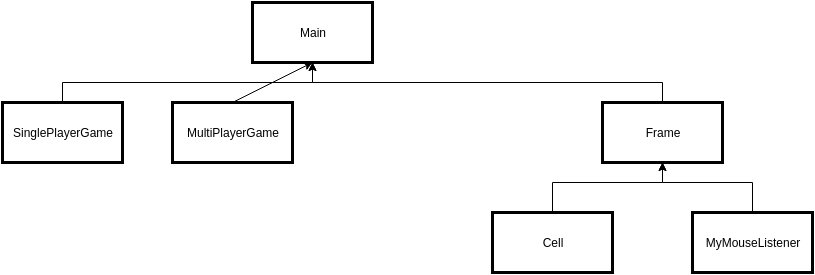
This is Dokumentaatio/luokkakaavio.png from aLahdekorpi/ExtremeTTT, a draw.io export, as it was before one commit. Source tidied: cells renumbered, new cells last; positions are measured from the earlier drawing's top-left corner, leaving out a move shared by most shapes. Its diagram source:
```xml
<mxGraphModel background="#ffffff">
  <root>
    <mxCell id="0" style="html=1;" />
    <mxCell id="1" style="html=1;" parent="0" />
    <mxCell id="2" value="Main" style="whiteSpace=wrap;strokeWidth=3;html=1;" parent="1" vertex="1">
      <mxGeometry x="250" width="120" height="60" as="geometry" />
    </mxCell>
    <mxCell id="3" value="SinglePlayerGame" style="whiteSpace=wrap;strokeWidth=3;html=1;" parent="1" vertex="1">
      <mxGeometry y="100" width="120" height="60" as="geometry" />
    </mxCell>
    <mxCell id="4" value="Frame" style="whiteSpace=wrap;strokeWidth=3;html=1;" parent="1" vertex="1">
      <mxGeometry x="600" y="100" width="120" height="60" as="geometry" />
    </mxCell>
    <mxCell id="5" style="edgeStyle=none;rounded=0;html=1;exitX=0.5;exitY=0;entryX=0.5;entryY=1;jettySize=auto;" parent="1" edge="1" source="6" target="2">
      <mxGeometry relative="1" as="geometry" />
    </mxCell>
    <mxCell id="6" value="MultiPlayerGame" style="whiteSpace=wrap;strokeWidth=3;html=1;" parent="1" vertex="1">
      <mxGeometry x="170" y="100" width="120" height="60" as="geometry" />
    </mxCell>
    <mxCell id="7" value="Cell" style="whiteSpace=wrap;strokeWidth=3;html=1;" parent="1" vertex="1">
      <mxGeometry x="490" y="210" width="120" height="60" as="geometry" />
    </mxCell>
    <mxCell id="8" value="MyMouseListener" style="whiteSpace=wrap;strokeWidth=3;html=1;" parent="1" vertex="1">
      <mxGeometry x="690" y="210" width="120" height="60" as="geometry" />
    </mxCell>
    <mxCell id="9" style="edgeStyle=elbowEdgeStyle;elbow=vertical;rounded=0;html=1;" parent="1" edge="1" source="3" target="2">
      <mxGeometry relative="1" as="geometry" />
    </mxCell>
    <mxCell id="10" style="edgeStyle=elbowEdgeStyle;elbow=vertical;rounded=0;html=1;" parent="1" edge="1" source="4" target="2">
      <mxGeometry relative="1" as="geometry" />
    </mxCell>
    <mxCell id="11" style="edgeStyle=elbowEdgeStyle;elbow=vertical;rounded=0;html=1;" parent="1" edge="1" source="7" target="4">
      <mxGeometry relative="1" as="geometry">
        <Array as="points">
          <mxPoint x="550" y="180" />
        </Array>
      </mxGeometry>
    </mxCell>
    <mxCell id="12" style="edgeStyle=elbowEdgeStyle;elbow=vertical;entryX=0.5;entryY=1;exitX=0.5;exitY=0;rounded=0;html=1;" parent="1" edge="1" source="8" target="4">
      <mxGeometry relative="1" as="geometry">
        <Array as="points">
          <mxPoint x="620" y="180" />
        </Array>
      </mxGeometry>
    </mxCell>
  </root>
</mxGraphModel>
```
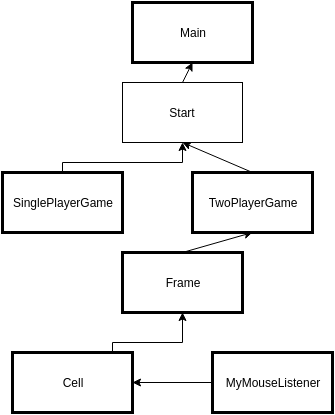
The same file after the commit.

The edit, as a diff of the source:
```diff
@@ -3,45 +3,52 @@
     <mxCell id="0" style="html=1;" />
     <mxCell id="1" style="html=1;" parent="0" />
     <mxCell id="2" value="Main" style="whiteSpace=wrap;strokeWidth=3;html=1;" parent="1" vertex="1">
-      <mxGeometry x="250" width="120" height="60" as="geometry" />
+      <mxGeometry x="300" y="-20" width="120" height="60" as="geometry" />
     </mxCell>
     <mxCell id="3" value="SinglePlayerGame" style="whiteSpace=wrap;strokeWidth=3;html=1;" parent="1" vertex="1">
-      <mxGeometry y="100" width="120" height="60" as="geometry" />
+      <mxGeometry x="170" y="150" width="120" height="60" as="geometry" />
     </mxCell>
+    <mxCell id="13" style="edgeStyle=none;rounded=0;html=1;exitX=0.5;exitY=0;entryX=0.5;entryY=1;jettySize=auto;" parent="1" edge="1" source="4" target="6">
+      <mxGeometry relative="1" as="geometry" />
+    </mxCell>
     <mxCell id="4" value="Frame" style="whiteSpace=wrap;strokeWidth=3;html=1;" parent="1" vertex="1">
-      <mxGeometry x="600" y="100" width="120" height="60" as="geometry" />
+      <mxGeometry x="290" y="230" width="120" height="60" as="geometry" />
     </mxCell>
-    <mxCell id="5" style="edgeStyle=none;rounded=0;html=1;exitX=0.5;exitY=0;entryX=0.5;entryY=1;jettySize=auto;" parent="1" edge="1" source="6" target="2">
+    <mxCell id="5" style="edgeStyle=none;rounded=0;html=1;exitX=0.5;exitY=0;entryX=0.5;entryY=1;jettySize=auto;" parent="1" edge="1" source="6" target="16">
       <mxGeometry relative="1" as="geometry" />
     </mxCell>
-    <mxCell id="6" value="MultiPlayerGame" style="whiteSpace=wrap;strokeWidth=3;html=1;" parent="1" vertex="1">
-      <mxGeometry x="170" y="100" width="120" height="60" as="geometry" />
+    <mxCell id="6" value="TwoPlayerGame" style="whiteSpace=wrap;strokeWidth=3;html=1;" parent="1" vertex="1">
+      <mxGeometry x="360" y="150" width="120" height="60" as="geometry" />
     </mxCell>
     <mxCell id="7" value="Cell" style="whiteSpace=wrap;strokeWidth=3;html=1;" parent="1" vertex="1">
-      <mxGeometry x="490" y="210" width="120" height="60" as="geometry" />
+      <mxGeometry x="180" y="330" width="120" height="60" as="geometry" />
     </mxCell>
+    <mxCell id="14" style="edgeStyle=none;rounded=0;html=1;exitX=0;exitY=0.5;entryX=1;entryY=0.5;jettySize=auto;" parent="1" edge="1" source="8" target="7">
+      <mxGeometry relative="1" as="geometry" />
+    </mxCell>
     <mxCell id="8" value="MyMouseListener" style="whiteSpace=wrap;strokeWidth=3;html=1;" parent="1" vertex="1">
-      <mxGeometry x="690" y="210" width="120" height="60" as="geometry" />
+      <mxGeometry x="380" y="330" width="120" height="60" as="geometry" />
     </mxCell>
-    <mxCell id="9" style="edgeStyle=elbowEdgeStyle;elbow=vertical;rounded=0;html=1;" parent="1" edge="1" source="3" target="2">
-      <mxGeometry relative="1" as="geometry" />
+    <mxCell id="9" style="edgeStyle=elbowEdgeStyle;elbow=vertical;rounded=0;html=1;entryX=0.5;entryY=1;" parent="1" edge="1" source="3" target="16">
+      <mxGeometry relative="1" as="geometry">
+        <Array as="points">
+          <mxPoint x="330" y="140" />
+          <mxPoint x="280" y="80" />
+        </Array>
+      </mxGeometry>
     </mxCell>
-    <mxCell id="10" style="edgeStyle=elbowEdgeStyle;elbow=vertical;rounded=0;html=1;" parent="1" edge="1" source="4" target="2">
-      <mxGeometry relative="1" as="geometry" />
-    </mxCell>
     <mxCell id="11" style="edgeStyle=elbowEdgeStyle;elbow=vertical;rounded=0;html=1;" parent="1" edge="1" source="7" target="4">
       <mxGeometry relative="1" as="geometry">
         <Array as="points">
-          <mxPoint x="550" y="180" />
+          <mxPoint x="280" y="320" />
         </Array>
       </mxGeometry>
     </mxCell>
-    <mxCell id="12" style="edgeStyle=elbowEdgeStyle;elbow=vertical;entryX=0.5;entryY=1;exitX=0.5;exitY=0;rounded=0;html=1;" parent="1" edge="1" source="8" target="4">
-      <mxGeometry relative="1" as="geometry">
-        <Array as="points">
-          <mxPoint x="620" y="180" />
-        </Array>
-      </mxGeometry>
-    </mxCell>
+    <mxCell id="15" style="edgeStyle=none;rounded=0;html=1;exitX=0.5;exitY=0;entryX=0.5;entryY=1;jettySize=auto;" parent="1" edge="1" source="16" target="2">
+      <mxGeometry relative="1" as="geometry" />
+    </mxCell>
+    <mxCell id="16" value="Start" style="whiteSpace=wrap;html=1;" parent="1" vertex="1">
+      <mxGeometry x="290" y="60" width="120" height="60" as="geometry" />
+    </mxCell>
   </root>
 </mxGraphModel>
```
